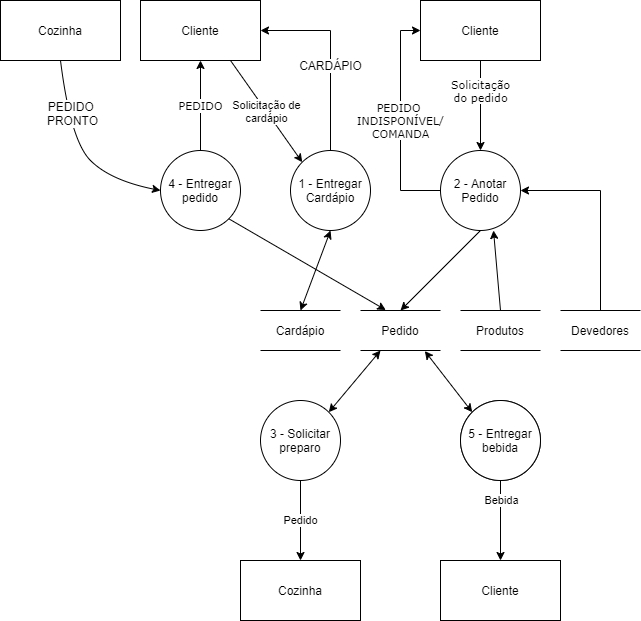
Darienzo08/ope_ads keeps this draw.io diagram as docs/ARTEFATOS(15-23)/ATENDER_CLIENTE/DFD_ATENDER_CLIENTE.png. Above is the earlier version. Source tidied: cells renumbered, new cells last; positions are measured from the earlier drawing's top-left corner, leaving out a move shared by most shapes.
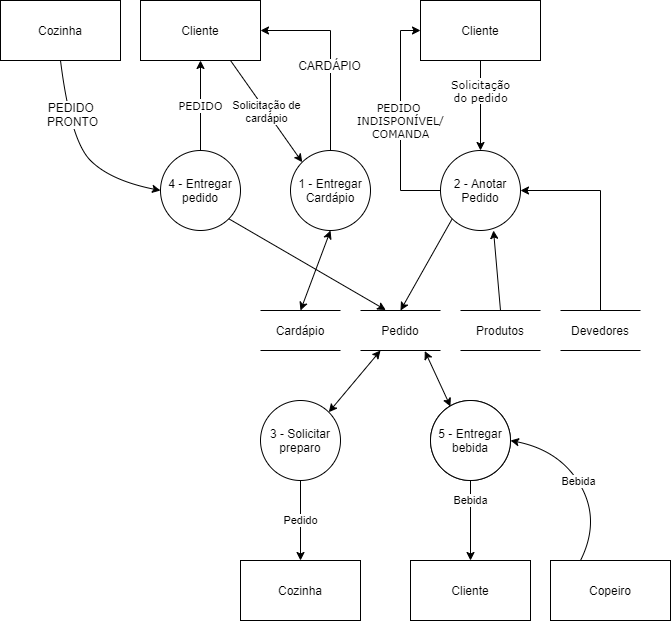
The same diagram one commit later.

Commit message:
correcoes ac04 christiane - atender cliente

What changed in the source:
```diff
@@ -28,7 +28,7 @@
     <mxCell id="8" value="Cliente" style="rounded=0;whiteSpace=wrap;html=1;" parent="1" vertex="1">
       <mxGeometry x="140" width="120" height="60" as="geometry" />
     </mxCell>
-    <mxCell id="9" style="endArrow=classic;html=1;fontFamily=Verdana;fontColor=#000000;exitX=0.5;exitY=1;exitDx=0;exitDy=0;entryX=0.5;entryY=0;entryDx=0;entryDy=0;" parent="1" edge="1" source="5">
+    <mxCell id="9" style="endArrow=classic;html=1;fontFamily=Verdana;fontColor=#000000;exitX=0;exitY=1;exitDx=0;exitDy=0;entryX=0.5;entryY=0;entryDx=0;entryDy=0;" parent="1" edge="1" source="5">
       <mxGeometry relative="1" as="geometry">
         <mxPoint x="400" y="310" as="targetPoint" />
       </mxGeometry>
@@ -119,19 +119,33 @@
       </mxGeometry>
     </mxCell>
     <mxCell id="31" value="5 - Entregar&lt;br&gt;bebida" style="ellipse;whiteSpace=wrap;html=1;" parent="1" vertex="1">
-      <mxGeometry x="460" y="400" width="80" height="80" as="geometry" />
+      <mxGeometry x="430" y="400" width="80" height="80" as="geometry" />
     </mxCell>
     <mxCell id="32" value="Cliente" style="rounded=0;whiteSpace=wrap;html=1;" parent="1" vertex="1">
-      <mxGeometry x="440" y="560" width="120" height="60" as="geometry" />
+      <mxGeometry x="410" y="560" width="120" height="60" as="geometry" />
     </mxCell>
-    <mxCell id="33" style="endArrow=classic;startArrow=classic;html=1;exitX=0.804;exitY=1.014;exitDx=0;exitDy=0;exitPerimeter=0;entryX=0;entryY=0;entryDx=0;entryDy=0;" parent="1" edge="1" source="24" target="31">
+    <mxCell id="33" style="endArrow=classic;startArrow=classic;html=1;exitX=0.804;exitY=1.014;exitDx=0;exitDy=0;exitPerimeter=0;entryX=0.25;entryY=0.075;entryDx=0;entryDy=0;entryPerimeter=0;" parent="1" edge="1" source="24" target="35">
       <mxGeometry relative="1" as="geometry" />
     </mxCell>
     <mxCell id="34" value="Cliente" style="rounded=0;whiteSpace=wrap;html=1;" parent="1" vertex="1">
-      <mxGeometry x="440" y="560" width="120" height="60" as="geometry" />
+      <mxGeometry x="410" y="560" width="120" height="60" as="geometry" />
     </mxCell>
     <mxCell id="35" value="5 - Entregar&lt;br&gt;bebida" style="ellipse;whiteSpace=wrap;html=1;" parent="1" vertex="1">
-      <mxGeometry x="460" y="400" width="80" height="80" as="geometry" />
+      <mxGeometry x="430" y="400" width="80" height="80" as="geometry" />
     </mxCell>
+    <mxCell id="36" value="Copeiro" style="rounded=0;whiteSpace=wrap;html=1;" parent="1" vertex="1">
+      <mxGeometry x="550" y="560" width="120" height="60" as="geometry" />
+    </mxCell>
+    <mxCell id="37" style="curved=1;endArrow=classic;html=1;exitX=0.25;exitY=0;exitDx=0;exitDy=0;entryX=1;entryY=0.5;entryDx=0;entryDy=0;" parent="1" edge="1" source="36" target="35">
+      <mxGeometry relative="1" as="geometry">
+        <Array as="points">
+          <mxPoint x="600" y="520" />
+          <mxPoint x="560" y="450" />
+        </Array>
+      </mxGeometry>
+    </mxCell>
+    <mxCell id="38" value="Bebida" style="edgeLabel;html=1;align=center;verticalAlign=middle;" parent="37" vertex="1">
+      <mxGeometry x="0.02" relative="1" as="geometry" />
+    </mxCell>
   </root>
 </mxGraphModel>
```
